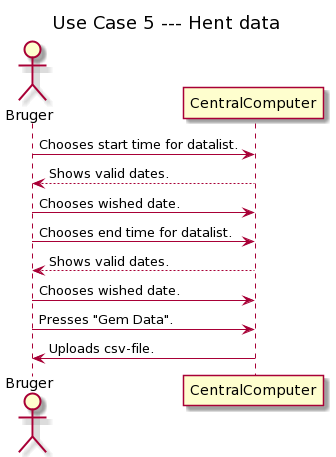
Above: Strukturering/System/Usecases/UseCase5_HentData.png in Solvgraa-mager/E4PRJ4 (PlantUML), before the change.
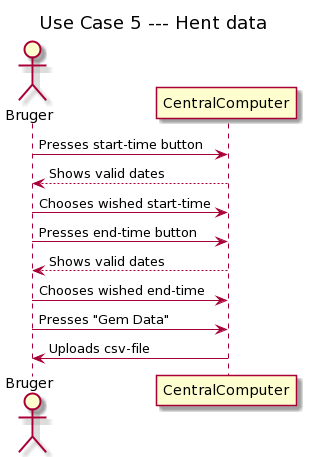
Above is the later version.

Diff of the diagram source:
```diff
@@ -4,12 +4,12 @@
 actor Bruger
 participant CentralComputer
 
-Bruger -> CentralComputer: Chooses start time for datalist.
-CentralComputer --> Bruger: Shows valid dates.
-Bruger -> CentralComputer: Chooses wished date.
-Bruger -> CentralComputer: Chooses end time for datalist.
-CentralComputer --> Bruger: Shows valid dates.
-Bruger -> CentralComputer: Chooses wished date.
-Bruger -> CentralComputer: Presses "Gem Data".
-CentralComputer->Bruger: Uploads csv-file.
+Bruger -> CentralComputer: Presses start-time button
+CentralComputer --> Bruger: Shows valid dates
+Bruger -> CentralComputer: Chooses wished start-time
+Bruger -> CentralComputer: Presses end-time button
+CentralComputer --> Bruger: Shows valid dates
+Bruger -> CentralComputer: Chooses wished end-time
+Bruger -> CentralComputer: Presses "Gem Data"
+CentralComputer->Bruger: Uploads csv-file
 @enduml
```
